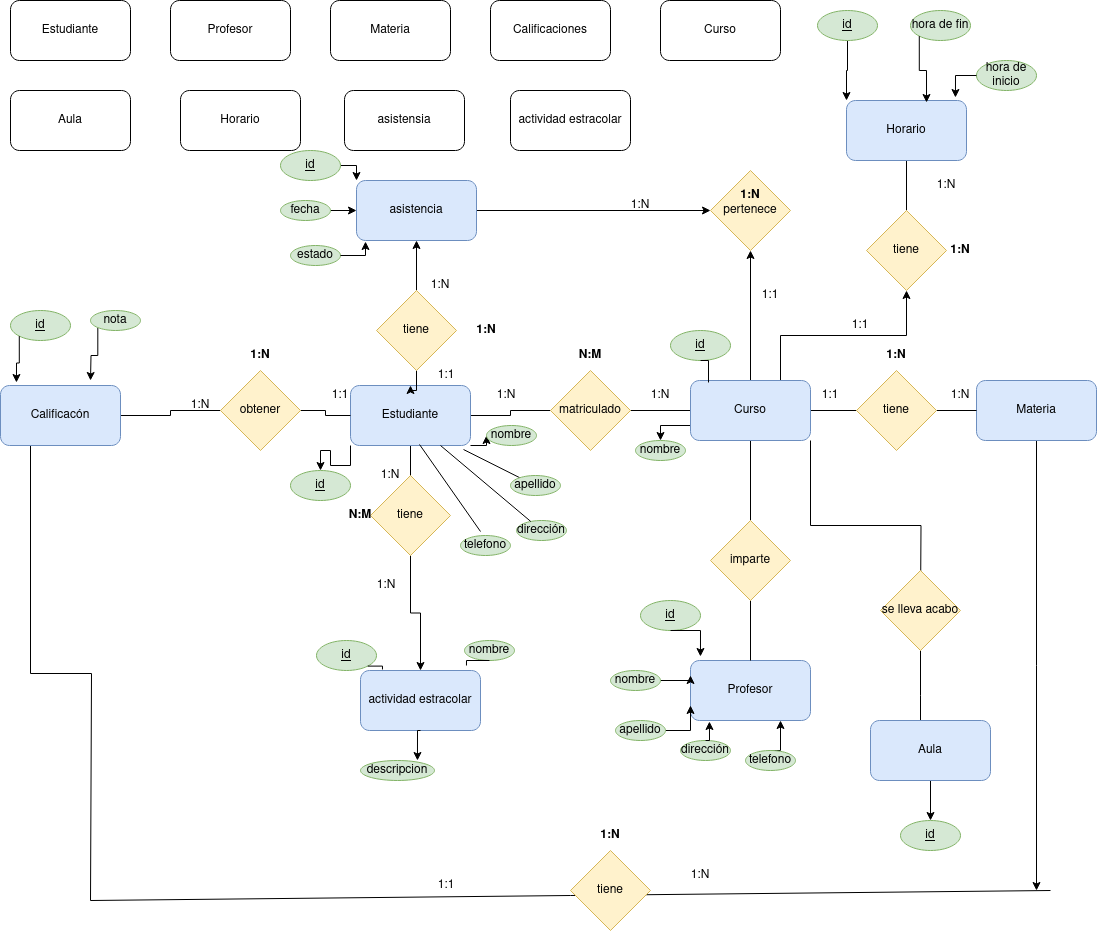
The draw.io diagram Unidad1/tareas/tarea2/Diagrama sin título.drawio.png in lalayond/base-datos-, before a commit. Source tidied: cells renumbered, new cells last; positions are measured from the earlier drawing's top-left corner, leaving out a move shared by most shapes.
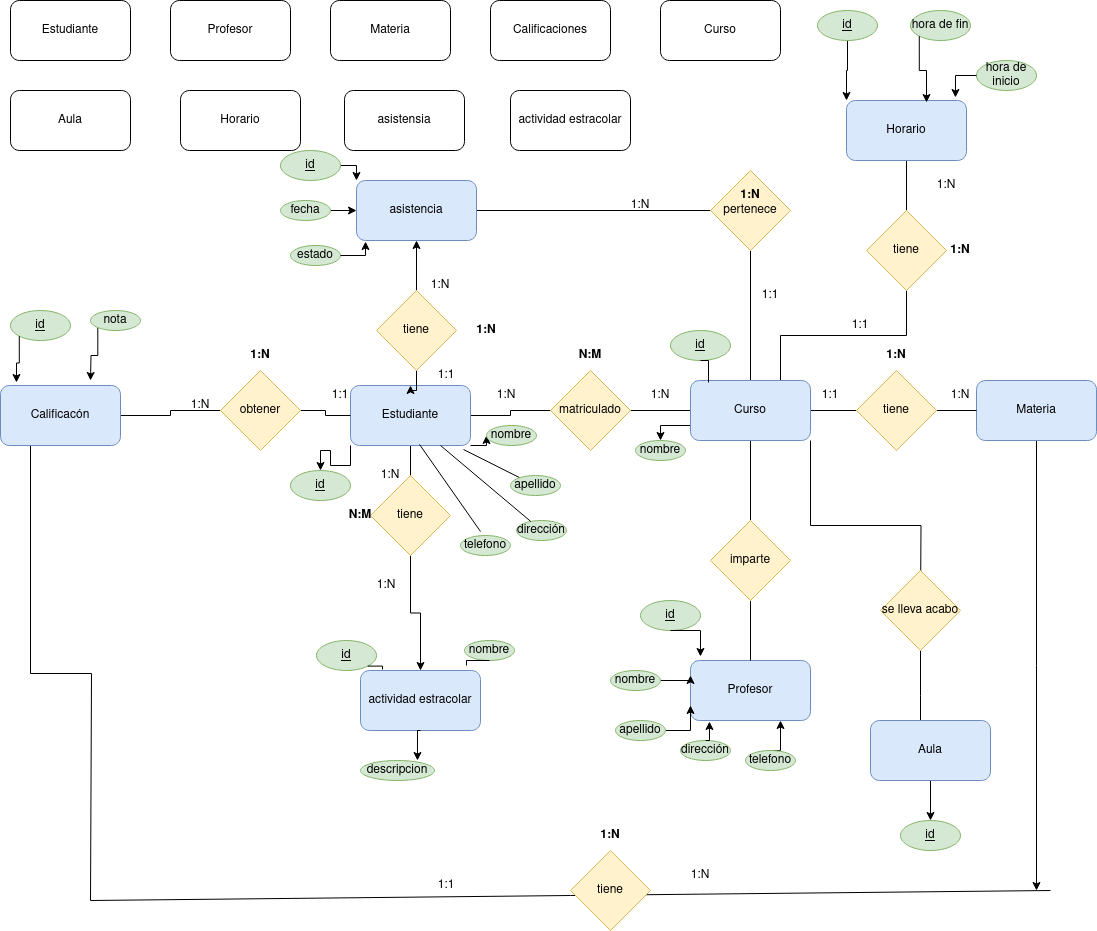
Above is the later version.

The edit, as a diff of the source:
```diff
@@ -67,10 +67,10 @@
     <mxCell id="20" style="edgeStyle=orthogonalEdgeStyle;rounded=0;jettySize=auto;html=1;exitX=1;exitY=0.5;exitDx=0;exitDy=0;entryX=0;entryY=0.5;entryDx=0;entryDy=0;endArrow=none;endFill=0;" parent="1" edge="1" source="25" target="42">
       <mxGeometry relative="1" as="geometry" />
     </mxCell>
-    <mxCell id="21" style="edgeStyle=orthogonalEdgeStyle;rounded=0;jettySize=auto;html=1;exitX=0.5;exitY=0;exitDx=0;exitDy=0;entryX=0.5;entryY=1;entryDx=0;entryDy=0;" parent="1" edge="1" source="25" target="38">
+    <mxCell id="21" style="edgeStyle=orthogonalEdgeStyle;rounded=0;jettySize=auto;html=1;exitX=0.5;exitY=0;exitDx=0;exitDy=0;entryX=0.5;entryY=1;entryDx=0;entryDy=0;endArrow=none;endFill=0;" parent="1" edge="1" source="25" target="38">
       <mxGeometry relative="1" as="geometry" />
     </mxCell>
-    <mxCell id="22" style="edgeStyle=orthogonalEdgeStyle;rounded=0;jettySize=auto;html=1;exitX=0.75;exitY=0;exitDx=0;exitDy=0;" parent="1" edge="1" source="25" target="68">
+    <mxCell id="22" style="edgeStyle=orthogonalEdgeStyle;rounded=0;jettySize=auto;html=1;exitX=0.75;exitY=0;exitDx=0;exitDy=0;endArrow=none;endFill=0;" parent="1" edge="1" source="25" target="68">
       <mxGeometry relative="1" as="geometry" />
     </mxCell>
     <mxCell id="23" style="edgeStyle=orthogonalEdgeStyle;rounded=0;jettySize=auto;html=1;exitX=1;exitY=1;exitDx=0;exitDy=0;" parent="1" edge="1" source="25">
@@ -90,7 +90,7 @@
     <mxCell id="27" value="obtener" style="rhombus;whiteSpace=wrap;html=1;fillColor=#fff2cc;strokeColor=#d6b656;" parent="1" vertex="1">
       <mxGeometry x="220" y="370" width="80" height="80" as="geometry" />
     </mxCell>
-    <mxCell id="28" style="edgeStyle=orthogonalEdgeStyle;rounded=0;jettySize=auto;html=1;exitX=1;exitY=0.5;exitDx=0;exitDy=0;" parent="1" edge="1" source="29" target="38">
+    <mxCell id="28" style="edgeStyle=orthogonalEdgeStyle;rounded=0;jettySize=auto;html=1;exitX=1;exitY=0.5;exitDx=0;exitDy=0;endArrow=none;endFill=0;" parent="1" edge="1" source="29" target="38">
       <mxGeometry relative="1" as="geometry" />
     </mxCell>
     <mxCell id="29" value="asistencia" style="rounded=1;whiteSpace=wrap;html=1;fillColor=#dae8fc;strokeColor=#6c8ebf;" parent="1" vertex="1">
```
